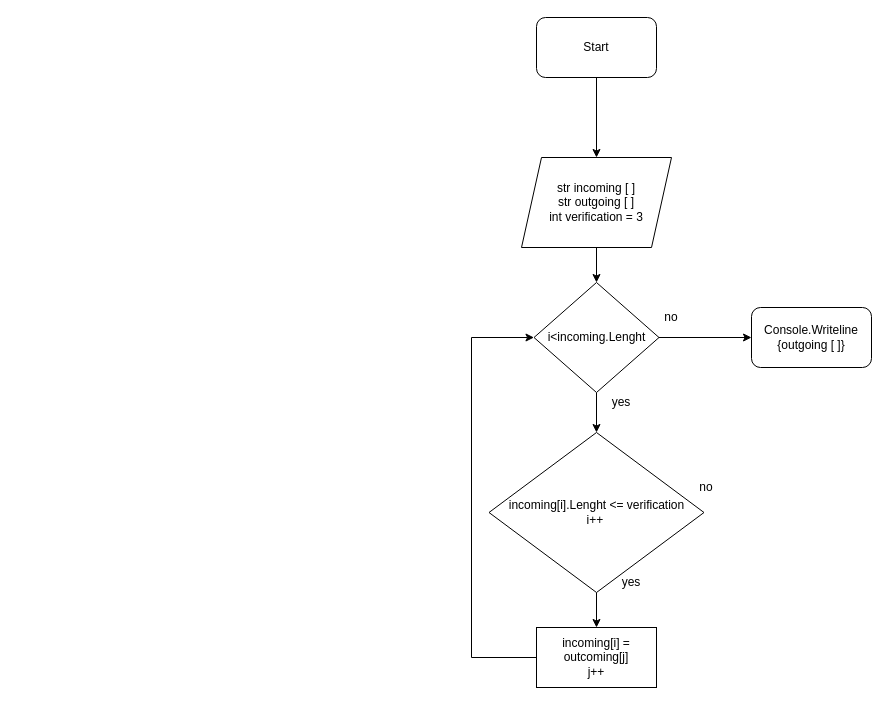
This is diagram.drawio from NikTeslev/abc, a draw.io file, before an edit. Source tidied: cells renumbered, new cells numbered last; positions are measured from the earlier drawing's top-left corner, leaving out a move shared by most shapes. Both pictures are drawn from the tidied source at 100%, with x=0, y=0 at pixel (471, 17).
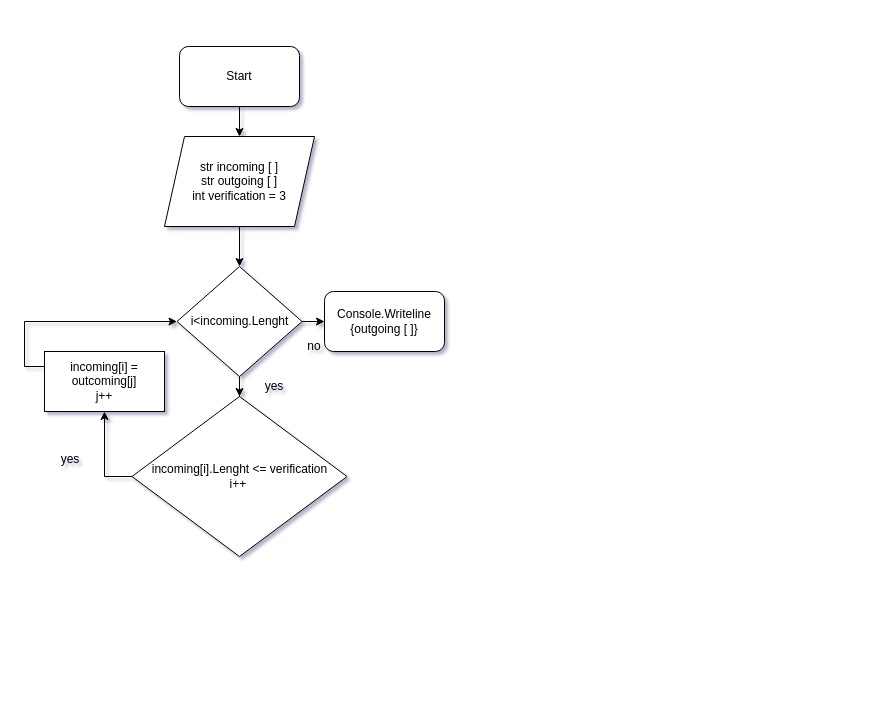
The same page after the edit.

Change to the diagram source:
```diff
@@
-<mxGraphModel>
+<mxGraphModel shadow="1">
   <root>
     <mxCell id="0" />
     <mxCell id="1" parent="0" />
     <mxCell id="2" style="edgeStyle=orthogonalEdgeStyle;rounded=0;jettySize=auto;html=1;entryX=0.5;entryY=0;entryDx=0;entryDy=0;" parent="1" edge="1" source="3" target="10">
       <mxGeometry relative="1" as="geometry" />
     </mxCell>
     <mxCell id="3" value="str incoming [ ]&lt;br&gt;str outgoing [ ]&lt;br&gt;int verification = 3" style="shape=parallelogram;perimeter=parallelogramPerimeter;whiteSpace=wrap;html=1;fixedSize=1;" parent="1" vertex="1">
-      <mxGeometry x="50" y="140" width="150" height="90" as="geometry" />
+      <mxGeometry x="-307" y="119" width="150" height="90" as="geometry" />
     </mxCell>
     <mxCell id="4" style="edgeStyle=orthogonalEdgeStyle;rounded=0;jettySize=auto;html=1;entryX=0.5;entryY=0;entryDx=0;entryDy=0;" parent="1" edge="1" source="5" target="3">
       <mxGeometry relative="1" as="geometry" />
     </mxCell>
     <mxCell id="5" value="Start" style="rounded=1;whiteSpace=wrap;html=1;" parent="1" vertex="1">
-      <mxGeometry x="65" width="120" height="60" as="geometry" />
+      <mxGeometry x="-292" y="29" width="120" height="60" as="geometry" />
     </mxCell>
-    <mxCell id="6" style="edgeStyle=orthogonalEdgeStyle;rounded=0;jettySize=auto;html=1;entryX=0.5;entryY=0;entryDx=0;entryDy=0;" parent="1" edge="1" source="7" target="17">
-      <mxGeometry relative="1" as="geometry" />
+    <mxCell id="6" style="edgeStyle=orthogonalEdgeStyle;rounded=0;jettySize=auto;html=1;entryX=0.5;entryY=1;entryDx=0;entryDy=0;" parent="1" edge="1" source="7" target="17">
+      <mxGeometry relative="1" as="geometry">
+        <Array as="points">
+          <mxPoint x="-367" y="459" />
+        </Array>
+      </mxGeometry>
     </mxCell>
     <mxCell id="7" value="incoming[i].Lenght &amp;lt;= verification&lt;br&gt;i++&amp;nbsp;" style="rhombus;whiteSpace=wrap;html=1;" parent="1" vertex="1">
-      <mxGeometry x="17.5" y="415" width="215" height="160" as="geometry" />
+      <mxGeometry x="-339.5" y="379" width="215" height="160" as="geometry" />
     </mxCell>
     <mxCell id="8" style="edgeStyle=orthogonalEdgeStyle;rounded=0;jettySize=auto;html=1;entryX=0.5;entryY=0;entryDx=0;entryDy=0;" parent="1" edge="1" source="10" target="7">
       <mxGeometry relative="1" as="geometry" />
     </mxCell>
     <mxCell id="9" style="edgeStyle=orthogonalEdgeStyle;rounded=0;jettySize=auto;html=1;entryX=0;entryY=0.5;entryDx=0;entryDy=0;" parent="1" edge="1" source="10" target="15">
       <mxGeometry relative="1" as="geometry" />
     </mxCell>
     <mxCell id="10" value="i&amp;lt;incoming.Lenght" style="rhombus;whiteSpace=wrap;html=1;" parent="1" vertex="1">
-      <mxGeometry x="62.5" y="265" width="125" height="110" as="geometry" />
+      <mxGeometry x="-294.5" y="249" width="125" height="110" as="geometry" />
     </mxCell>
     <mxCell id="11" value="yes&lt;br&gt;" style="text;html=1;strokeColor=none;fillColor=none;align=center;verticalAlign=middle;whiteSpace=wrap;rounded=0;" parent="1" vertex="1">
-      <mxGeometry x="130" y="375" width="40" height="20" as="geometry" />
+      <mxGeometry x="-217" y="359" width="40" height="20" as="geometry" />
     </mxCell>
     <mxCell id="12" value="yes&lt;br&gt;" style="text;html=1;strokeColor=none;fillColor=none;align=center;verticalAlign=middle;whiteSpace=wrap;rounded=0;" parent="1" vertex="1">
-      <mxGeometry x="140" y="555" width="40" height="20" as="geometry" />
+      <mxGeometry x="-421" y="432" width="40" height="20" as="geometry" />
     </mxCell>
     <mxCell id="13" value="no" style="text;html=1;strokeColor=none;fillColor=none;align=center;verticalAlign=middle;whiteSpace=wrap;rounded=0;" parent="1" vertex="1">
-      <mxGeometry x="180" y="290" width="40" height="20" as="geometry" />
+      <mxGeometry x="-177" y="319" width="40" height="20" as="geometry" />
     </mxCell>
-    <mxCell id="14" value="no" style="text;html=1;strokeColor=none;fillColor=none;align=center;verticalAlign=middle;whiteSpace=wrap;rounded=0;" parent="1" vertex="1">
-      <mxGeometry x="215" y="440" width="40" height="60" as="geometry" />
-    </mxCell>
     <mxCell id="15" value="Console.Writeline {outgoing [ ]}" style="rounded=1;whiteSpace=wrap;html=1;" parent="1" vertex="1">
-      <mxGeometry x="280" y="290" width="120" height="60" as="geometry" />
+      <mxGeometry x="-147" y="274" width="120" height="60" as="geometry" />
     </mxCell>
     <mxCell id="16" style="edgeStyle=orthogonalEdgeStyle;rounded=0;jettySize=auto;html=1;entryX=0;entryY=0.5;entryDx=0;entryDy=0;" parent="1" edge="1" source="17" target="10">
       <mxGeometry relative="1" as="geometry">
         <Array as="points">
-          <mxPoint y="640" />
-          <mxPoint y="320" />
+          <mxPoint x="-447" y="349" />
         </Array>
       </mxGeometry>
     </mxCell>
     <mxCell id="17" value="incoming[i] = outcoming[j]&lt;br&gt;j++" style="rounded=0;whiteSpace=wrap;html=1;" parent="1" vertex="1">
-      <mxGeometry x="65" y="610" width="120" height="60" as="geometry" />
+      <mxGeometry x="-427" y="334" width="120" height="60" as="geometry" />
     </mxCell>
   </root>
 </mxGraphModel>
```
